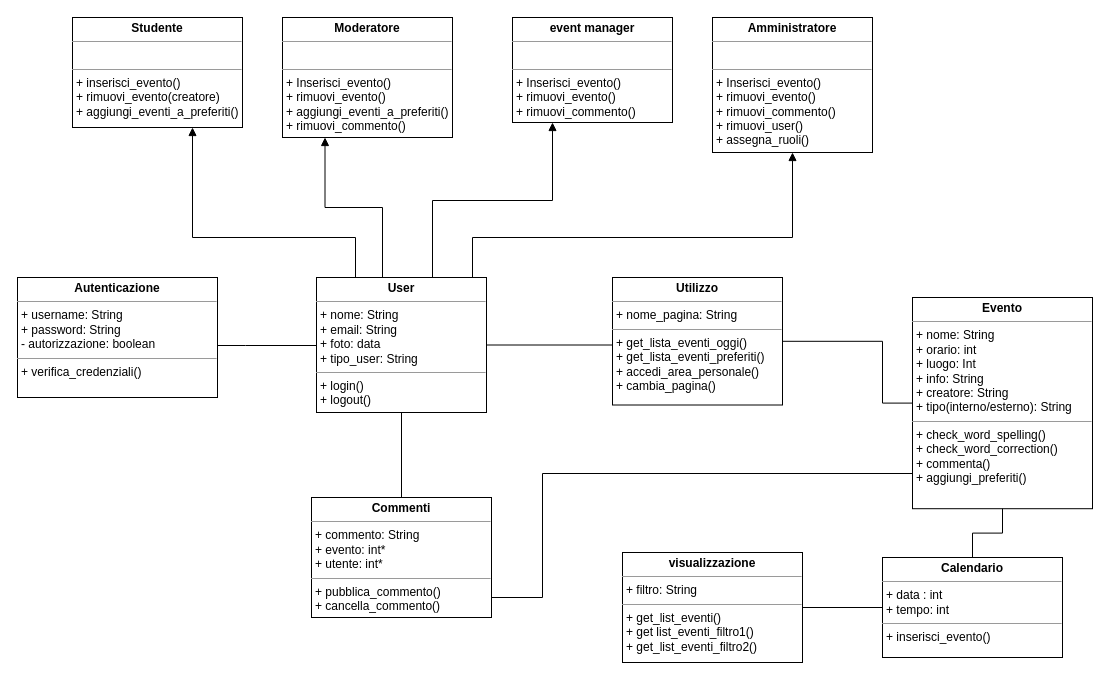
Earlier version of the draw.io diagram diagrams/4.class_diagram/class_diagram.drawio (tomasel/IS_Univents). Source tidied: cells renumbered, new cells numbered last; positions are measured from the earlier drawing's top-left corner, leaving out a move shared by most shapes. Both pictures are drawn from the tidied source at 100%, with x=0, y=0 at pixel (17, 17).
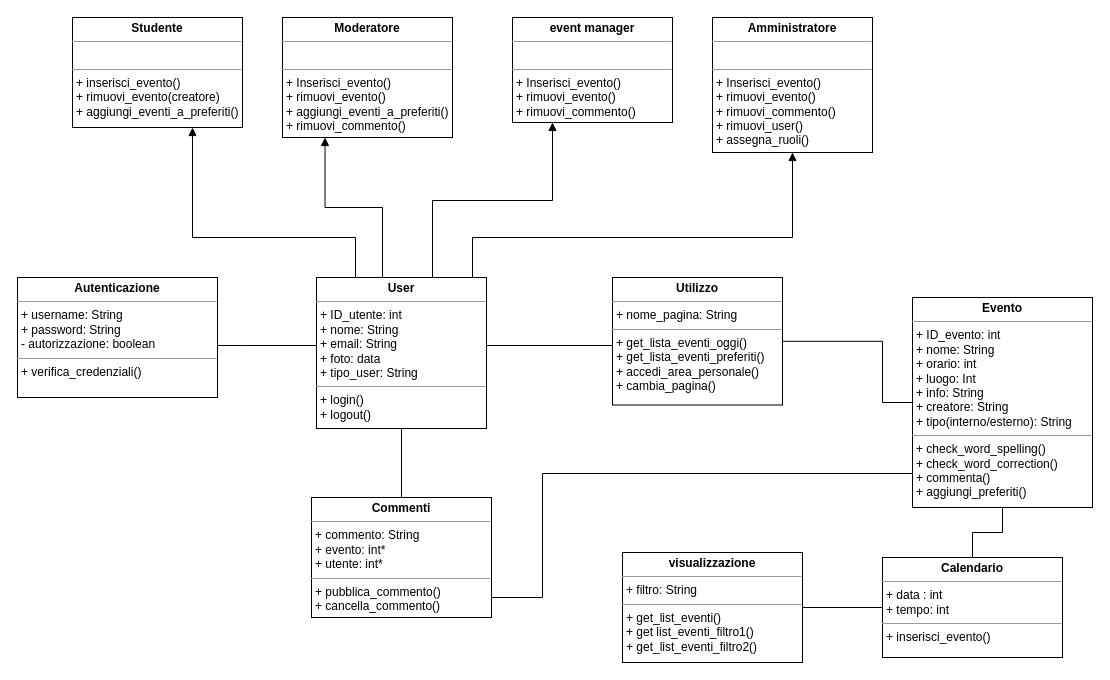
After the change.

Commit message (it also covers changes not shown here):
aggiunto ID_evento e ID_utente

Change to the diagram source:
```diff
@@
-    <mxCell id="8" value="&lt;p style=&quot;margin: 0px ; margin-top: 4px ; text-align: center&quot;&gt;&lt;b&gt;User&lt;/b&gt;&lt;/p&gt;&lt;hr size=&quot;1&quot;&gt;&lt;p style=&quot;margin: 0px ; margin-left: 4px&quot;&gt;+ nome: String&lt;/p&gt;&lt;p style=&quot;margin: 0px ; margin-left: 4px&quot;&gt;+ email: String&lt;/p&gt;&lt;p style=&quot;margin: 0px ; margin-left: 4px&quot;&gt;&lt;span&gt;+ foto: data&lt;/span&gt;&lt;/p&gt;&lt;p style=&quot;margin: 0px ; margin-left: 4px&quot;&gt;&lt;span&gt;+ tipo_user: String&lt;/span&gt;&lt;/p&gt;&lt;hr size=&quot;1&quot;&gt;&lt;p style=&quot;margin: 0px ; margin-left: 4px&quot;&gt;+ login()&lt;/p&gt;&lt;p style=&quot;margin: 0px ; margin-left: 4px&quot;&gt;+ logout()&lt;/p&gt;&lt;p style=&quot;margin: 0px 0px 0px 4px&quot;&gt;&lt;br&gt;&lt;/p&gt;" style="verticalAlign=top;align=left;overflow=fill;fontSize=12;fontFamily=Helvetica;html=1;" parent="1" vertex="1">
-      <mxGeometry x="299" y="260" width="170" height="135" as="geometry" />
+    <mxCell id="8" value="&lt;p style=&quot;margin: 0px ; margin-top: 4px ; text-align: center&quot;&gt;&lt;b&gt;User&lt;/b&gt;&lt;/p&gt;&lt;hr size=&quot;1&quot;&gt;&lt;p style=&quot;margin: 0px ; margin-left: 4px&quot;&gt;+ ID_utente: int&lt;/p&gt;&lt;p style=&quot;margin: 0px ; margin-left: 4px&quot;&gt;+ nome: String&lt;/p&gt;&lt;p style=&quot;margin: 0px ; margin-left: 4px&quot;&gt;+ email: String&lt;/p&gt;&lt;p style=&quot;margin: 0px ; margin-left: 4px&quot;&gt;&lt;span&gt;+ foto: data&lt;/span&gt;&lt;/p&gt;&lt;p style=&quot;margin: 0px ; margin-left: 4px&quot;&gt;&lt;span&gt;+ tipo_user: String&lt;/span&gt;&lt;/p&gt;&lt;hr size=&quot;1&quot;&gt;&lt;p style=&quot;margin: 0px ; margin-left: 4px&quot;&gt;+ login()&lt;/p&gt;&lt;p style=&quot;margin: 0px ; margin-left: 4px&quot;&gt;+ logout()&lt;/p&gt;&lt;p style=&quot;margin: 0px 0px 0px 4px&quot;&gt;&lt;br&gt;&lt;/p&gt;" style="verticalAlign=top;align=left;overflow=fill;fontSize=12;fontFamily=Helvetica;html=1;" parent="1" vertex="1">
+      <mxGeometry x="299" y="260" width="170" height="151" as="geometry" />
     </mxCell>
@@
-    <mxCell id="14" value="&lt;p style=&quot;margin: 0px ; margin-top: 4px ; text-align: center&quot;&gt;&lt;b&gt;Evento&lt;/b&gt;&lt;/p&gt;&lt;hr size=&quot;1&quot;&gt;&lt;p style=&quot;margin: 0px ; margin-left: 4px&quot;&gt;+ nome: String&lt;/p&gt;&lt;p style=&quot;margin: 0px ; margin-left: 4px&quot;&gt;+ orario: int&lt;/p&gt;&lt;p style=&quot;margin: 0px ; margin-left: 4px&quot;&gt;+ luogo: Int&lt;/p&gt;&lt;p style=&quot;margin: 0px ; margin-left: 4px&quot;&gt;+ info: String&lt;/p&gt;&lt;p style=&quot;margin: 0px ; margin-left: 4px&quot;&gt;+ creatore: String&lt;/p&gt;&lt;p style=&quot;margin: 0px ; margin-left: 4px&quot;&gt;+ tipo(interno/esterno): String&lt;/p&gt;&lt;hr size=&quot;1&quot;&gt;&lt;p style=&quot;margin: 0px ; margin-left: 4px&quot;&gt;&lt;span&gt;+ check_word_spelling&lt;/span&gt;&lt;span&gt;()&lt;/span&gt;&lt;br&gt;&lt;/p&gt;&lt;p style=&quot;margin: 0px ; margin-left: 4px&quot;&gt;&lt;span&gt;+ check_word_correction()&lt;/span&gt;&lt;/p&gt;&lt;p style=&quot;margin: 0px ; margin-left: 4px&quot;&gt;&lt;span&gt;+ commenta()&lt;/span&gt;&lt;/p&gt;&lt;p style=&quot;margin: 0px ; margin-left: 4px&quot;&gt;&lt;span&gt;+ aggiungi_preferiti()&lt;/span&gt;&lt;/p&gt;&lt;span style=&quot;color: rgba(0 , 0 , 0 , 0) ; font-family: monospace ; font-size: 0px&quot;&gt;%3CmxGraphModel%3E%3Croot%3E%3CmxCell%20id%3D%220%22%2F%3E%3CmxCell%20id%3D%221%22%20parent%3D%220%22%2F%3E%3CmxCell%20id%3D%222%22%20value%3D%22%26lt%3Bp%20style%3D%26quot%3Bmargin%3A%200px%20%3B%20margin-top%3A%204px%20%3B%20text-align%3A%20center%26quot%3B%26gt%3B%26lt%3Bb%26gt%3BStudente%26lt%3B%2Fb%26gt%3B%26lt%3B%2Fp%26gt%3B%26lt%3Bhr%20size%3D%26quot%3B1%26quot%3B%26gt%3B%26lt%3Bp%20style%3D%26quot%3Bmargin%3A%200px%20%3B%20margin-left%3A%204px%26quot%3B%26gt%3Blista_eventi_creati%26lt%3B%2Fp%26gt%3B%26lt%3Bp%20style%3D%26quot%3Bmargin%3A%200px%20%3B%20margin-left%3A%204px%26quot%3B%26gt%3Blista_eventi_preferiti%26lt%3B%2Fp%26gt%3B%26lt%3Bhr%20size%3D%26quot%3B1%26quot%3B%26gt%3B%26lt%3Bp%20style%3D%26quot%3Bmargin%3A%200px%20%3B%20margin-left%3A%204px%26quot%3B%26gt%3Bcommenta()%26lt%3B%2Fp%26gt%3B%26lt%3Bp%20style%3D%26quot%3Bmargin%3A%200px%20%3B%20margin-left%3A%204px%26quot%3B%26gt%3BInserisci_evento()%26lt%3B%2Fp%26gt%3B%26lt%3Bp%20style%3D%26quot%3Bmargin%3A%200px%20%3B%20margin-left%3A%204px%26quot%3B%26gt%3Brimuovi_evento(creatore)%26lt%3B%2Fp%26gt%3B%26lt%3Bp%20style%3D%26quot%3Bmargin%3A%200px%20%3B%20margin-left%3A%204px%26quot%3B%26gt%3B%26lt%3Bbr%26gt%3B%26lt%3B%2Fp%26gt%3B%26lt%3Bp%20style%3D%26quot%3Bmargin%3A%200px%20%3B%20margin-left%3A%204px%26quot%3B%26gt%3B%26lt%3Bbr%26gt%3B%26lt%3B%2Fp%26gt%3B%22%20style%3D%22verticalAlign%3Dtop%3Balign%3Dleft%3Boverflow%3Dfill%3BfontSize%3D12%3BfontFamily%3DHelvetica%3Bhtml%3D1%3B%22%20vertex%3D%221%22%20parent%3D%221%22%3E%3CmxGeometry%20x%3D%22120%22%20y%3D%22495%22%20width%3D%22160%22%20height%3D%22185%22%20as%3D%22geometry%22%2F%3E%3C%2FmxCell%3E%3C%2Froot%3E%3C%2FmxGraphModel%3&lt;br&gt;&lt;/span&gt;&lt;p style=&quot;margin: 0px ; margin-left: 4px&quot;&gt;&lt;br&gt;&lt;/p&gt;" style="verticalAlign=top;align=left;overflow=fill;fontSize=12;fontFamily=Helvetica;html=1;" parent="1" vertex="1">
-      <mxGeometry x="895" y="280" width="180" height="211.2" as="geometry" />
+    <mxCell id="14" value="&lt;p style=&quot;margin: 0px ; margin-top: 4px ; text-align: center&quot;&gt;&lt;b&gt;Evento&lt;/b&gt;&lt;/p&gt;&lt;hr size=&quot;1&quot;&gt;&lt;p style=&quot;margin: 0px ; margin-left: 4px&quot;&gt;+ ID_evento: int&lt;/p&gt;&lt;p style=&quot;margin: 0px ; margin-left: 4px&quot;&gt;+ nome: String&lt;/p&gt;&lt;p style=&quot;margin: 0px ; margin-left: 4px&quot;&gt;+ orario: int&lt;/p&gt;&lt;p style=&quot;margin: 0px ; margin-left: 4px&quot;&gt;+ luogo: Int&lt;/p&gt;&lt;p style=&quot;margin: 0px ; margin-left: 4px&quot;&gt;+ info: String&lt;/p&gt;&lt;p style=&quot;margin: 0px ; margin-left: 4px&quot;&gt;+ creatore: String&lt;/p&gt;&lt;p style=&quot;margin: 0px ; margin-left: 4px&quot;&gt;+ tipo(interno/esterno): String&lt;/p&gt;&lt;hr size=&quot;1&quot;&gt;&lt;p style=&quot;margin: 0px ; margin-left: 4px&quot;&gt;&lt;span&gt;+ check_word_spelling&lt;/span&gt;&lt;span&gt;()&lt;/span&gt;&lt;br&gt;&lt;/p&gt;&lt;p style=&quot;margin: 0px ; margin-left: 4px&quot;&gt;&lt;span&gt;+ check_word_correction()&lt;/span&gt;&lt;/p&gt;&lt;p style=&quot;margin: 0px ; margin-left: 4px&quot;&gt;&lt;span&gt;+ commenta()&lt;/span&gt;&lt;/p&gt;&lt;p style=&quot;margin: 0px ; margin-left: 4px&quot;&gt;&lt;span&gt;+ aggiungi_preferiti()&lt;/span&gt;&lt;/p&gt;&lt;span style=&quot;color: rgba(0 , 0 , 0 , 0) ; font-family: monospace ; font-size: 0px&quot;&gt;%3CmxGraphModel%3E%3Croot%3E%3CmxCell%20id%3D%220%22%2F%3E%3CmxCell%20id%3D%221%22%20parent%3D%220%22%2F%3E%3CmxCell%20id%3D%222%22%20value%3D%22%26lt%3Bp%20style%3D%26quot%3Bmargin%3A%200px%20%3B%20margin-top%3A%204px%20%3B%20text-align%3A%20center%26quot%3B%26gt%3B%26lt%3Bb%26gt%3BStudente%26lt%3B%2Fb%26gt%3B%26lt%3B%2Fp%26gt%3B%26lt%3Bhr%20size%3D%26quot%3B1%26quot%3B%26gt%3B%26lt%3Bp%20style%3D%26quot%3Bmargin%3A%200px%20%3B%20margin-left%3A%204px%26quot%3B%26gt%3Blista_eventi_creati%26lt%3B%2Fp%26gt%3B%26lt%3Bp%20style%3D%26quot%3Bmargin%3A%200px%20%3B%20margin-left%3A%204px%26quot%3B%26gt%3Blista_eventi_preferiti%26lt%3B%2Fp%26gt%3B%26lt%3Bhr%20size%3D%26quot%3B1%26quot%3B%26gt%3B%26lt%3Bp%20style%3D%26quot%3Bmargin%3A%200px%20%3B%20margin-left%3A%204px%26quot%3B%26gt%3Bcommenta()%26lt%3B%2Fp%26gt%3B%26lt%3Bp%20style%3D%26quot%3Bmargin%3A%200px%20%3B%20margin-left%3A%204px%26quot%3B%26gt%3BInserisci_evento()%26lt%3B%2Fp%26gt%3B%26lt%3Bp%20style%3D%26quot%3Bmargin%3A%200px%20%3B%20margin-left%3A%204px%26quot%3B%26gt%3Brimuovi_evento(creatore)%26lt%3B%2Fp%26gt%3B%26lt%3Bp%20style%3D%26quot%3Bmargin%3A%200px%20%3B%20margin-left%3A%204px%26quot%3B%26gt%3B%26lt%3Bbr%26gt%3B%26lt%3B%2Fp%26gt%3B%26lt%3Bp%20style%3D%26quot%3Bmargin%3A%200px%20%3B%20margin-left%3A%204px%26quot%3B%26gt%3B%26lt%3Bbr%26gt%3B%26lt%3B%2Fp%26gt%3B%22%20style%3D%22verticalAlign%3Dtop%3Balign%3Dleft%3Boverflow%3Dfill%3BfontSize%3D12%3BfontFamily%3DHelvetica%3Bhtml%3D1%3B%22%20vertex%3D%221%22%20parent%3D%221%22%3E%3CmxGeometry%20x%3D%22120%22%20y%3D%22495%22%20width%3D%22160%22%20height%3D%22185%22%20as%3D%22geometry%22%2F%3E%3C%2FmxCell%3E%3C%2Froot%3E%3C%2FmxGraphModel%3&lt;br&gt;&lt;/span&gt;&lt;p style=&quot;margin: 0px ; margin-left: 4px&quot;&gt;&lt;br&gt;&lt;/p&gt;" style="verticalAlign=top;align=left;overflow=fill;fontSize=12;fontFamily=Helvetica;html=1;" parent="1" vertex="1">
+      <mxGeometry x="895" y="280" width="180" height="210" as="geometry" />
     </mxCell>
```
